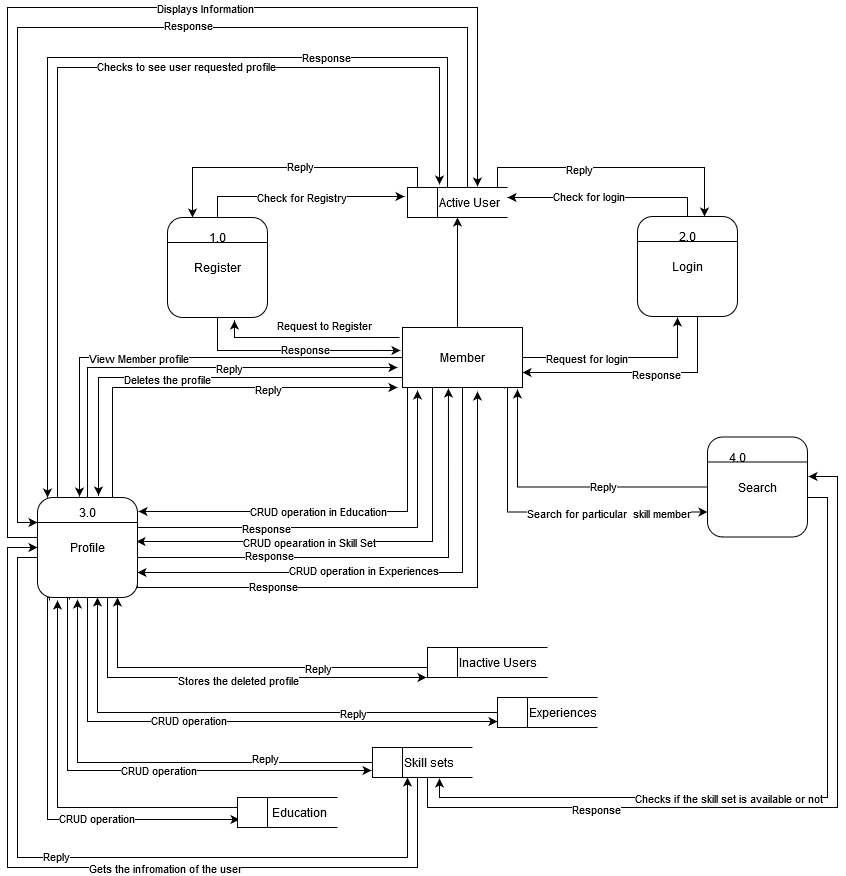
SujinRajak/WorkersManaginHub keeps this draw.io diagram as dfd lvl1.png. Above is the earlier version. Source tidied: cells renumbered, new cells last; positions are measured from the earlier drawing's top-left corner, leaving out a move shared by most shapes.
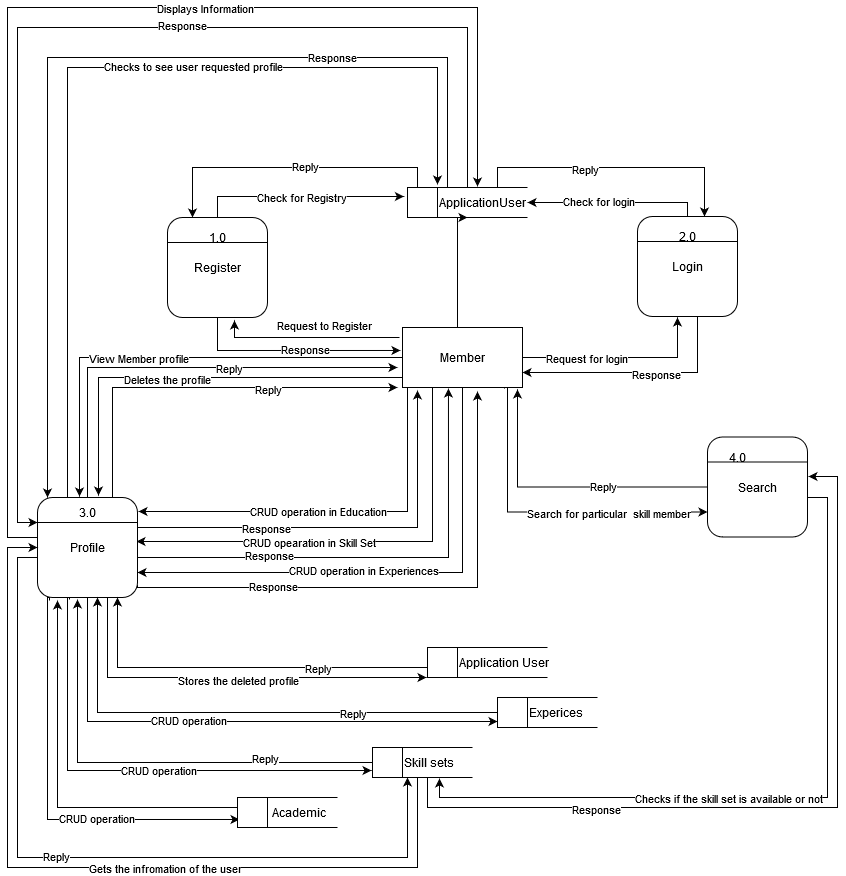
After the commit.

Change to the diagram source:
```diff
@@ -51,8 +51,8 @@
     <mxCell id="9" value="Response" style="edgeLabel;html=1;align=center;verticalAlign=middle;" parent="8" vertex="1">
       <mxGeometry x="-0.21" y="-3" relative="1" as="geometry" />
     </mxCell>
-    <mxCell id="10" value="&amp;nbsp;&amp;nbsp;&amp;nbsp;&amp;nbsp;&amp;nbsp;&amp;nbsp;&amp;nbsp;&amp;nbsp; Active User" style="html=1;dashed=0;whitespace=wrap;shape=mxgraph.dfd.dataStoreID;align=left;spacingLeft=3;points=[[0,0],[0.5,0],[1,0],[0,0.5],[1,0.5],[0,1],[0.5,1],[1,1]];" parent="1" vertex="1">
-      <mxGeometry x="400" y="180" width="100" height="30" as="geometry" />
+    <mxCell id="10" value="&amp;nbsp;&amp;nbsp;&amp;nbsp;&amp;nbsp;&amp;nbsp;&amp;nbsp;&amp;nbsp;&amp;nbsp; ApplicationUser" style="html=1;dashed=0;whitespace=wrap;shape=mxgraph.dfd.dataStoreID;align=left;spacingLeft=3;points=[[0,0],[0.5,0],[1,0],[0,0.5],[1,0.5],[0,1],[0.5,1],[1,1]];" parent="1" vertex="1">
+      <mxGeometry x="400" y="180" width="120" height="30" as="geometry" />
     </mxCell>
     <mxCell id="11" style="edgeStyle=orthogonalEdgeStyle;rounded=0;jettySize=auto;html=1;exitX=0.5;exitY=1;exitDx=0;exitDy=0;entryX=-0.017;entryY=0.383;entryDx=0;entryDy=0;entryPerimeter=0;" parent="1" edge="1" source="15" target="35">
       <mxGeometry relative="1" as="geometry">
@@ -210,10 +210,11 @@
     <mxCell id="42" value="Response" style="edgeLabel;html=1;align=center;verticalAlign=middle;" parent="41" vertex="1">
       <mxGeometry x="-0.15" y="1" relative="1" as="geometry" />
     </mxCell>
-    <mxCell id="43" style="edgeStyle=orthogonalEdgeStyle;rounded=0;jettySize=auto;html=1;" parent="1" edge="1" source="45" target="10">
+    <mxCell id="43" style="edgeStyle=orthogonalEdgeStyle;rounded=0;jettySize=auto;html=1;" parent="1" edge="1" source="45">
       <mxGeometry relative="1" as="geometry">
+        <mxPoint x="520" y="195" as="targetPoint" />
         <Array as="points">
-          <mxPoint x="680" y="190" />
+          <mxPoint x="680" y="195" />
         </Array>
       </mxGeometry>
     </mxCell>
@@ -250,11 +251,13 @@
         <mxPoint x="405" y="490" as="targetPoint" />
       </mxGeometry>
     </mxCell>
-    <mxCell id="52" style="edgeStyle=orthogonalEdgeStyle;rounded=0;jettySize=auto;html=1;exitX=0;exitY=0;exitDx=0;exitDy=0;entryX=0.32;entryY=-0.1;entryDx=0;entryDy=0;entryPerimeter=0;" parent="1" edge="1" source="80" target="10">
+    <mxCell id="52" style="edgeStyle=orthogonalEdgeStyle;rounded=0;jettySize=auto;html=1;exitX=0;exitY=0;exitDx=0;exitDy=0;" parent="1" edge="1" source="80">
       <mxGeometry relative="1" as="geometry">
+        <mxPoint x="430" y="177" as="targetPoint" />
         <Array as="points">
-          <mxPoint x="50" y="60" />
-          <mxPoint x="432" y="60" />
+          <mxPoint x="60" y="60" />
+          <mxPoint x="430" y="60" />
+          <mxPoint x="430" y="177" />
         </Array>
       </mxGeometry>
     </mxCell>
@@ -468,7 +471,7 @@
         </Array>
       </mxGeometry>
     </mxCell>
-    <mxCell id="90" value="&amp;nbsp;&amp;nbsp;&amp;nbsp; &amp;nbsp;&amp;nbsp; &amp;nbsp;&amp;nbsp; Education " style="html=1;dashed=0;whitespace=wrap;shape=mxgraph.dfd.dataStoreID;align=left;spacingLeft=3;points=[[0,0],[0.5,0],[1,0],[0,0.5],[1,0.5],[0,1],[0.5,1],[1,1]];" parent="1" vertex="1">
+    <mxCell id="90" value="&amp;nbsp;&amp;nbsp;&amp;nbsp;&amp;nbsp;&amp;nbsp;&amp;nbsp;&amp;nbsp;&amp;nbsp;&amp;nbsp; Academic" style="html=1;dashed=0;whitespace=wrap;shape=mxgraph.dfd.dataStoreID;align=left;spacingLeft=3;points=[[0,0],[0.5,0],[1,0],[0,0.5],[1,0.5],[0,1],[0.5,1],[1,1]];" parent="1" vertex="1">
       <mxGeometry x="230" y="790" width="100" height="30" as="geometry" />
     </mxCell>
     <mxCell id="91" style="edgeStyle=orthogonalEdgeStyle;rounded=0;jettySize=auto;html=1;exitX=0;exitY=0.5;exitDx=0;exitDy=0;" parent="1" edge="1" source="97">
@@ -524,7 +527,7 @@
     <mxCell id="99" value="Reply" style="edgeLabel;html=1;align=center;verticalAlign=middle;" parent="98" vertex="1">
       <mxGeometry x="-0.44" relative="1" as="geometry" />
     </mxCell>
-    <mxCell id="100" value="&amp;nbsp;&amp;nbsp;&amp;nbsp;&amp;nbsp;&amp;nbsp;&amp;nbsp;&amp;nbsp;&amp;nbsp; Experiences" style="html=1;dashed=0;whitespace=wrap;shape=mxgraph.dfd.dataStoreID;align=left;spacingLeft=3;points=[[0,0],[0.5,0],[1,0],[0,0.5],[1,0.5],[0,1],[0.5,1],[1,1]];" parent="1" vertex="1">
+    <mxCell id="100" value="&amp;nbsp;&amp;nbsp;&amp;nbsp;&amp;nbsp;&amp;nbsp;&amp;nbsp;&amp;nbsp;&amp;nbsp; Experices" style="html=1;dashed=0;whitespace=wrap;shape=mxgraph.dfd.dataStoreID;align=left;spacingLeft=3;points=[[0,0],[0.5,0],[1,0],[0,0.5],[1,0.5],[0,1],[0.5,1],[1,1]];" parent="1" vertex="1">
       <mxGeometry x="490" y="690" width="100" height="30" as="geometry" />
     </mxCell>
     <mxCell id="101" style="edgeStyle=orthogonalEdgeStyle;rounded=0;jettySize=auto;html=1;" parent="1" edge="1" source="103">
@@ -540,7 +543,7 @@
         <mxPoint x="7" as="offset" />
       </mxGeometry>
     </mxCell>
-    <mxCell id="103" value="&amp;nbsp;&amp;nbsp;&amp;nbsp;&amp;nbsp;&amp;nbsp;&amp;nbsp;&amp;nbsp;&amp;nbsp; Inactive Users" style="html=1;dashed=0;whitespace=wrap;shape=mxgraph.dfd.dataStoreID;align=left;spacingLeft=3;points=[[0,0],[0.5,0],[1,0],[0,0.5],[1,0.5],[0,1],[0.5,1],[1,1]];" parent="1" vertex="1">
+    <mxCell id="103" value="&amp;nbsp;&amp;nbsp;&amp;nbsp;&amp;nbsp;&amp;nbsp;&amp;nbsp;&amp;nbsp;&amp;nbsp; Application User" style="html=1;dashed=0;whitespace=wrap;shape=mxgraph.dfd.dataStoreID;align=left;spacingLeft=3;points=[[0,0],[0.5,0],[1,0],[0,0.5],[1,0.5],[0,1],[0.5,1],[1,1]];" parent="1" vertex="1">
       <mxGeometry x="420" y="640" width="120" height="30" as="geometry" />
     </mxCell>
   </root>
```
